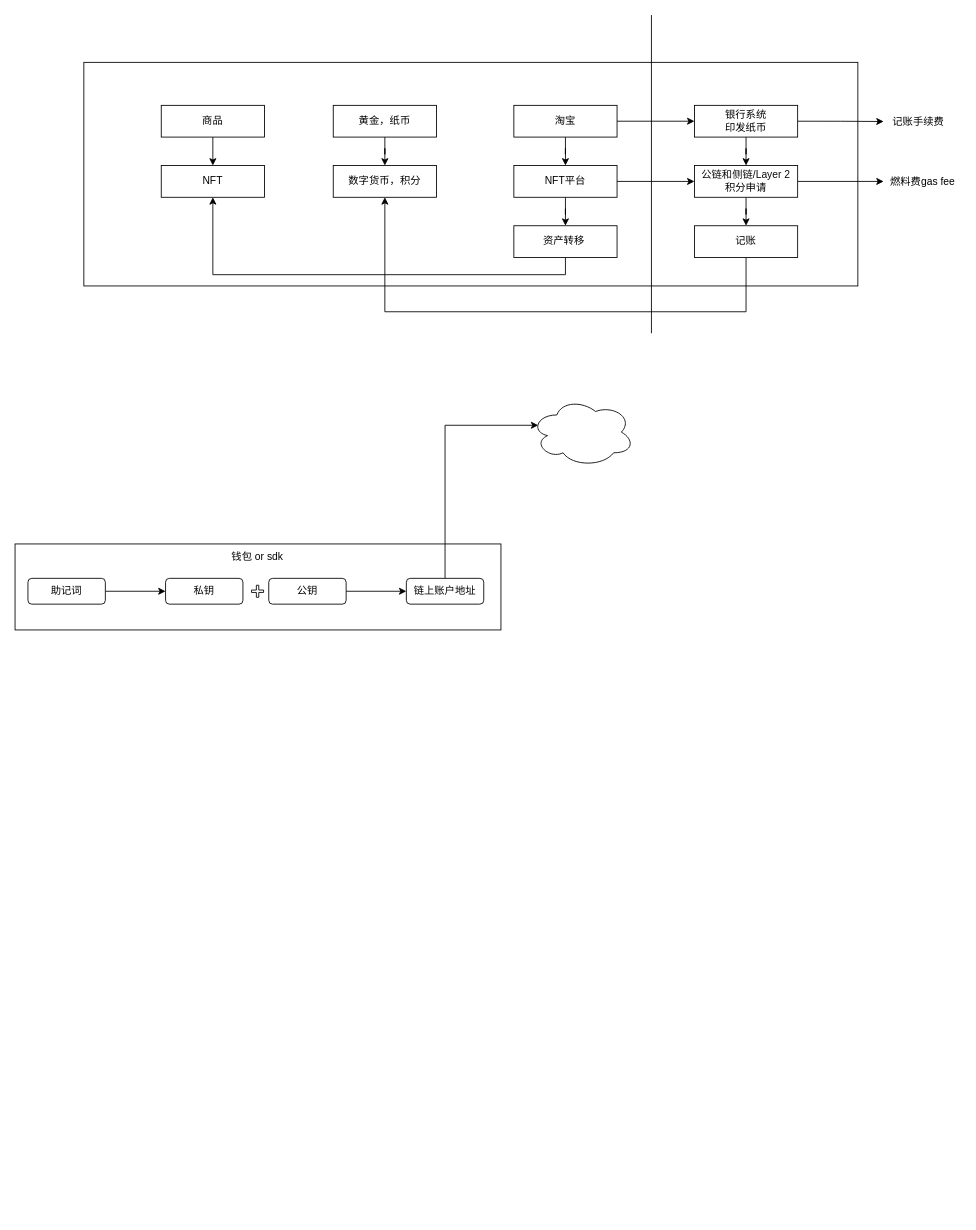
This is nft.drawio from axtrur/resource, a draw.io file, before an edit. Source tidied: cells renumbered, new cells numbered last; positions are measured from the earlier drawing's top-left corner, leaving out a move shared by most shapes. Both pictures are drawn from the tidied source at 86%, with x=0, y=0 at pixel (15, 15).
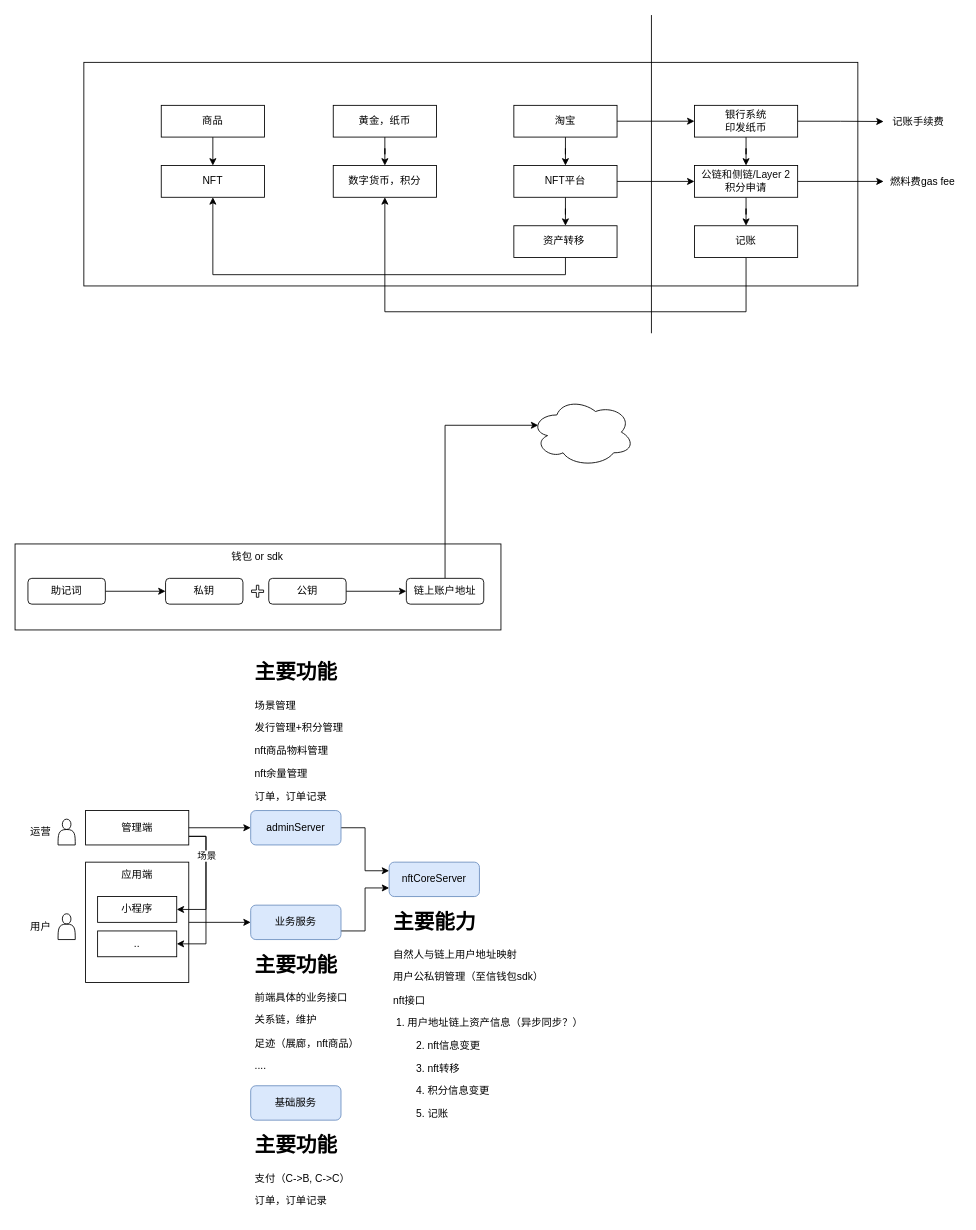
Above is the later version.

Diff of the diagram source:
```diff
@@
+    <mxCell id="39" style="edgeStyle=orthogonalEdgeStyle;rounded=0;jettySize=auto;html=1;exitX=1;exitY=0.5;exitDx=0;exitDy=0;entryX=0;entryY=0.5;entryDx=0;entryDy=0;" parent="1" edge="1" source="40" target="59">
+      <mxGeometry relative="1" as="geometry" />
+    </mxCell>
+    <mxCell id="40" style="rounded=0;whiteSpace=wrap;html=1;" parent="1" vertex="1">
+      <mxGeometry x="82" y="985" width="120" height="140" as="geometry" />
+    </mxCell>
@@
+    <mxCell id="41" style="edgeStyle=orthogonalEdgeStyle;rounded=0;jettySize=auto;html=1;exitX=1;exitY=0.75;exitDx=0;exitDy=0;entryX=1;entryY=0.5;entryDx=0;entryDy=0;" parent="1" edge="1" source="44" target="49">
+      <mxGeometry relative="1" as="geometry" />
+    </mxCell>
+    <mxCell id="42" style="edgeStyle=orthogonalEdgeStyle;rounded=0;jettySize=auto;html=1;exitX=1;exitY=0.75;exitDx=0;exitDy=0;entryX=1;entryY=0.5;entryDx=0;entryDy=0;" parent="1" edge="1" source="44" target="50">
+      <mxGeometry relative="1" as="geometry" />
+    </mxCell>
+    <mxCell id="43" value="场景" style="edgeLabel;html=1;align=center;verticalAlign=middle;" parent="42" vertex="1">
+      <mxGeometry x="-0.53" relative="1" as="geometry" />
+    </mxCell>
+    <mxCell id="44" value="管理端" style="rounded=0;whiteSpace=wrap;html=1;" parent="1" vertex="1">
+      <mxGeometry x="82" y="925" width="120" height="40" as="geometry" />
+    </mxCell>
+    <mxCell id="45" style="edgeStyle=orthogonalEdgeStyle;rounded=0;jettySize=auto;html=1;" parent="1" edge="1" source="44" target="48">
+      <mxGeometry relative="1" as="geometry" />
+    </mxCell>
+    <mxCell id="46" value="nftCoreServer" style="rounded=1;whiteSpace=wrap;html=1;fillColor=#dae8fc;strokeColor=#6c8ebf;" parent="1" vertex="1">
+      <mxGeometry x="435" y="985" width="105" height="40" as="geometry" />
+    </mxCell>
+    <mxCell id="47" style="edgeStyle=orthogonalEdgeStyle;rounded=0;jettySize=auto;html=1;exitX=1;exitY=0.5;exitDx=0;exitDy=0;entryX=0;entryY=0.25;entryDx=0;entryDy=0;" parent="1" edge="1" source="48" target="46">
+      <mxGeometry relative="1" as="geometry" />
+    </mxCell>
+    <mxCell id="48" value="adminServer" style="rounded=1;whiteSpace=wrap;html=1;fillColor=#dae8fc;strokeColor=#6c8ebf;" parent="1" vertex="1">
+      <mxGeometry x="274" y="925" width="105" height="40" as="geometry" />
+    </mxCell>
+    <mxCell id="49" value="小程序" style="rounded=0;whiteSpace=wrap;html=1;" parent="1" vertex="1">
+      <mxGeometry x="96" y="1025" width="92" height="30" as="geometry" />
+    </mxCell>
+    <mxCell id="50" value=".." style="rounded=0;whiteSpace=wrap;html=1;" parent="1" vertex="1">
+      <mxGeometry x="96" y="1065" width="92" height="30" as="geometry" />
+    </mxCell>
+    <mxCell id="51" style="shape=actor;whiteSpace=wrap;html=1;" parent="1" vertex="1">
+      <mxGeometry x="50" y="935" width="20" height="30" as="geometry" />
+    </mxCell>
+    <mxCell id="52" value="运营" style="text;html=1;strokeColor=none;fillColor=none;align=center;verticalAlign=middle;whiteSpace=wrap;rounded=0;" parent="1" vertex="1">
+      <mxGeometry y="935" width="60" height="30" as="geometry" />
+    </mxCell>
+    <mxCell id="53" style="shape=actor;whiteSpace=wrap;html=1;" parent="1" vertex="1">
+      <mxGeometry x="50" y="1045" width="20" height="30" as="geometry" />
+    </mxCell>
+    <mxCell id="54" value="用户" style="text;html=1;strokeColor=none;fillColor=none;align=center;verticalAlign=middle;whiteSpace=wrap;rounded=0;" parent="1" vertex="1">
+      <mxGeometry y="1045" width="60" height="30" as="geometry" />
+    </mxCell>
+    <mxCell id="55" value="&lt;h1&gt;主要能力&lt;/h1&gt;&lt;p&gt;自然人与链上用户地址映射&lt;/p&gt;&lt;p&gt;用户公私钥管理（至信钱包sdk）&lt;/p&gt;&lt;p&gt;nft接口&lt;/p&gt;&lt;p&gt;&lt;span style=&quot;white-space: pre&quot;&gt; &lt;/span&gt;1.&amp;nbsp;&lt;span&gt;用户地址链上资产信息（异步同步？）&lt;/span&gt;&lt;/p&gt;&lt;p&gt;&amp;nbsp; &amp;nbsp; &amp;nbsp; &amp;nbsp; 2. nft信息变更&lt;/p&gt;&lt;p&gt;&amp;nbsp; &amp;nbsp; &amp;nbsp; &amp;nbsp; 3. nft转移&amp;nbsp;&lt;/p&gt;&lt;p&gt;&amp;nbsp; &amp;nbsp; &amp;nbsp; &amp;nbsp; 4. 积分信息变更&lt;/p&gt;&lt;p&gt;&amp;nbsp; &amp;nbsp; &amp;nbsp; &amp;nbsp; 5. 记账&lt;/p&gt;" style="text;html=1;strokeColor=none;fillColor=none;spacing=5;spacingTop=-20;whiteSpace=wrap;overflow=hidden;rounded=0;" parent="1" vertex="1">
+      <mxGeometry x="435" y="1035" width="305" height="280" as="geometry" />
+    </mxCell>
+    <mxCell id="56" value="基础服务" style="rounded=1;whiteSpace=wrap;html=1;fillColor=#dae8fc;strokeColor=#6c8ebf;" parent="1" vertex="1">
+      <mxGeometry x="274" y="1245" width="105" height="40" as="geometry" />
+    </mxCell>
+    <mxCell id="57" value="&lt;h1&gt;主要功能&lt;/h1&gt;&lt;p&gt;支付（C-&amp;gt;B, C-&amp;gt;C）&lt;/p&gt;&lt;p&gt;订单，订单记录&lt;/p&gt;" style="text;html=1;strokeColor=none;fillColor=none;spacing=5;spacingTop=-20;whiteSpace=wrap;overflow=hidden;rounded=0;" parent="1" vertex="1">
+      <mxGeometry x="274" y="1295" width="156" height="100" as="geometry" />
+    </mxCell>
+    <mxCell id="58" style="edgeStyle=orthogonalEdgeStyle;rounded=0;jettySize=auto;html=1;exitX=1;exitY=0.75;exitDx=0;exitDy=0;entryX=0;entryY=0.75;entryDx=0;entryDy=0;" parent="1" edge="1" source="59" target="46">
+      <mxGeometry relative="1" as="geometry" />
+    </mxCell>
+    <mxCell id="59" value="业务服务" style="rounded=1;whiteSpace=wrap;html=1;fillColor=#dae8fc;strokeColor=#6c8ebf;" parent="1" vertex="1">
+      <mxGeometry x="274" y="1035" width="105" height="40" as="geometry" />
+    </mxCell>
+    <mxCell id="60" value="&lt;h1&gt;主要功能&lt;/h1&gt;&lt;p&gt;前端具体的业务接口&lt;/p&gt;&lt;p&gt;关系链，维护&lt;/p&gt;&lt;p&gt;足迹（展廊，nft商品）&lt;/p&gt;&lt;p&gt;....&lt;/p&gt;" style="text;html=1;strokeColor=none;fillColor=none;spacing=5;spacingTop=-20;whiteSpace=wrap;overflow=hidden;rounded=0;" parent="1" vertex="1">
+      <mxGeometry x="274" y="1085" width="146" height="150" as="geometry" />
+    </mxCell>
+    <mxCell id="61" value="应用端" style="text;html=1;strokeColor=none;fillColor=none;align=center;verticalAlign=middle;whiteSpace=wrap;rounded=0;" parent="1" vertex="1">
+      <mxGeometry x="112" y="985" width="60" height="30" as="geometry" />
+    </mxCell>
+    <mxCell id="62" value="&lt;h1&gt;主要功能&lt;/h1&gt;&lt;p&gt;场景管理&lt;/p&gt;&lt;p&gt;发行管理+积分管理&lt;/p&gt;&lt;p&gt;nft商品物料管理&lt;/p&gt;&lt;p&gt;nft余量管理&lt;/p&gt;&lt;p&gt;订单，订单记录&lt;/p&gt;" style="text;html=1;strokeColor=none;fillColor=none;spacing=5;spacingTop=-20;whiteSpace=wrap;overflow=hidden;rounded=0;" parent="1" vertex="1">
+      <mxGeometry x="274" y="745" width="156" height="180" as="geometry" />
+    </mxCell>
```
